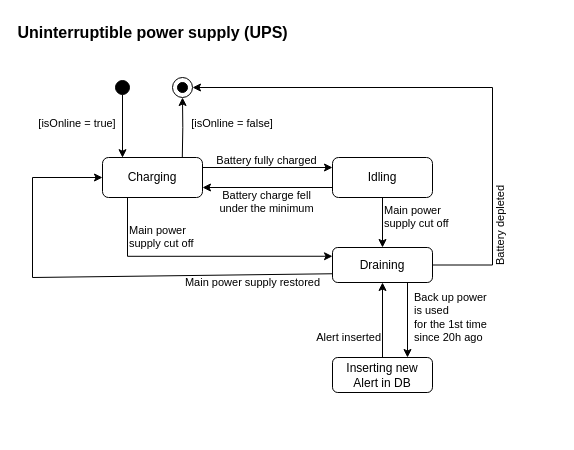
Before: State/state3.drawio in IsmailSalehCode/UML-course-work, a draw.io diagram. Source tidied: cells renumbered, new cells numbered last; positions are measured from the earlier drawing's top-left corner, leaving out a move shared by most shapes. Both pictures are drawn from the tidied source at 100%, with x=0, y=0 at pixel (17, 17).
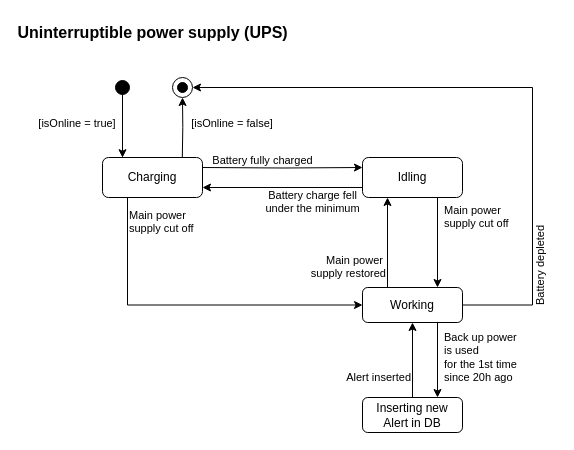
The same page after the edit.

Unchanged cells that the change refers to:
```xml
<mxCell id="2" style="ellipse;whiteSpace=wrap;html=1;" parent="1" vertex="1">
  <mxGeometry x="155" y="60" width="20" height="20" as="geometry" />
</mxCell>
<mxCell id="7" value="Charging" style="rounded=1;whiteSpace=wrap;html=1;" parent="1" vertex="1">
  <mxGeometry x="85" y="140" width="100" height="40" as="geometry" />
</mxCell>
```

What changed in the source:
```diff
@@
-    <mxCell id="5" style="edgeStyle=orthogonalEdgeStyle;rounded=0;orthogonalLoop=1;jettySize=auto;html=1;entryX=0;entryY=0.5;entryDx=0;entryDy=0;" parent="1" edge="1">
+    <mxCell id="5" style="edgeStyle=orthogonalEdgeStyle;rounded=0;jettySize=auto;html=1;entryX=0;entryY=0.25;entryDx=0;entryDy=0;" parent="1" edge="1" target="25">
       <mxGeometry relative="1" as="geometry">
         <mxPoint x="185" y="150" as="sourcePoint" />
-        <mxPoint x="315" y="150" as="targetPoint" />
       </mxGeometry>
     </mxCell>
-    <mxCell id="6" style="edgeStyle=orthogonalEdgeStyle;rounded=0;jettySize=auto;html=1;entryX=0;entryY=0.25;entryDx=0;entryDy=0;exitX=0.25;exitY=1;exitDx=0;exitDy=0;" parent="1" edge="1" source="7" target="17">
-      <mxGeometry relative="1" as="geometry">
-        <Array as="points">
-          <mxPoint x="110" y="239" />
-        </Array>
-      </mxGeometry>
+    <mxCell id="6" style="edgeStyle=orthogonalEdgeStyle;rounded=0;jettySize=auto;html=1;exitX=0.25;exitY=1;exitDx=0;exitDy=0;entryX=0;entryY=0.5;entryDx=0;entryDy=0;" parent="1" edge="1" source="7" target="17">
+      <mxGeometry relative="1" as="geometry" />
     </mxCell>
@@
     <mxCell id="11" value="&lt;div style=&quot;font-size: 11px;&quot;&gt;Back up&amp;nbsp;&lt;span style=&quot;background-color: initial;&quot;&gt;power&amp;nbsp;&lt;/span&gt;&lt;/div&gt;&lt;div style=&quot;font-size: 11px;&quot;&gt;is used&lt;/div&gt;&lt;div style=&quot;font-size: 11px;&quot;&gt;&lt;span style=&quot;background-color: initial;&quot;&gt;for the 1st time&lt;/span&gt;&lt;/div&gt;&lt;div style=&quot;font-size: 11px;&quot;&gt;&lt;span style=&quot;background-color: initial;&quot;&gt;since 20h ago&lt;/span&gt;&lt;/div&gt;" style="text;html=1;align=left;verticalAlign=middle;strokeColor=none;fillColor=none;fontSize=11;" parent="1" vertex="1">
-      <mxGeometry x="395" y="265" width="100" height="70" as="geometry" />
+      <mxGeometry x="425" y="305" width="100" height="70" as="geometry" />
     </mxCell>
@@
     <mxCell id="13" value="Main power&amp;nbsp;&lt;div&gt;supply cut off&lt;/div&gt;" style="text;html=1;align=left;verticalAlign=top;strokeColor=none;fillColor=none;fontSize=11;" parent="1" vertex="1">
-      <mxGeometry x="365" y="180" width="90" height="40" as="geometry" />
+      <mxGeometry x="425" y="180" width="90" height="40" as="geometry" />
     </mxCell>
@@
     <mxCell id="15" value="Inserting new Alert in DB" style="rounded=1;whiteSpace=wrap;html=1;" parent="1" vertex="1">
-      <mxGeometry x="315" y="340" width="100" height="35" as="geometry" />
+      <mxGeometry x="345" y="380" width="100" height="35" as="geometry" />
     </mxCell>
@@
-    <mxCell id="17" value="Draining" style="rounded=1;whiteSpace=wrap;html=1;" parent="1" vertex="1">
-      <mxGeometry x="315" y="230" width="100" height="35" as="geometry" />
+    <mxCell id="17" value="Working" style="rounded=1;whiteSpace=wrap;html=1;" parent="1" vertex="1">
+      <mxGeometry x="345" y="270" width="100" height="35" as="geometry" />
     </mxCell>
-    <mxCell id="18" style="rounded=0;jettySize=auto;html=1;entryX=0;entryY=0.5;entryDx=0;entryDy=0;exitX=0;exitY=0.75;exitDx=0;exitDy=0;" parent="1" edge="1" source="17" target="7">
-      <mxGeometry relative="1" as="geometry">
-        <Array as="points">
-          <mxPoint x="15" y="260" />
-          <mxPoint x="15" y="160" />
-        </Array>
-      </mxGeometry>
+    <mxCell id="18" style="rounded=0;jettySize=auto;html=1;entryX=0.25;entryY=0;entryDx=0;entryDy=0;exitX=0.25;exitY=1;exitDx=0;exitDy=0;endArrow=none;endFill=0;startArrow=classic;startFill=1;" parent="1" edge="1" source="25" target="17">
+      <mxGeometry relative="1" as="geometry" />
     </mxCell>
-    <mxCell id="19" value="Main power supply restored" style="text;html=1;align=center;verticalAlign=middle;strokeColor=none;fillColor=none;fontSize=11;rotation=0;" parent="1" vertex="1">
-      <mxGeometry x="155" y="250" width="160" height="30" as="geometry" />
+    <mxCell id="19" value="Main power&amp;nbsp;&lt;div&gt;supply restored&lt;/div&gt;" style="text;html=1;align=right;verticalAlign=top;strokeColor=none;fillColor=none;fontSize=11;rotation=0;" parent="1" vertex="1">
+      <mxGeometry x="270" y="230" width="100" height="40" as="geometry" />
     </mxCell>
     <mxCell id="20" style="edgeStyle=orthogonalEdgeStyle;rounded=0;jettySize=auto;html=1;entryX=1;entryY=0.5;entryDx=0;entryDy=0;exitX=1;exitY=0.5;exitDx=0;exitDy=0;" parent="1" edge="1" source="17" target="2">
       <mxGeometry relative="1" as="geometry">
         <Array as="points">
-          <mxPoint x="475" y="248" />
-          <mxPoint x="475" y="70" />
+          <mxPoint x="515" y="288" />
+          <mxPoint x="515" y="70" />
         </Array>
       </mxGeometry>
     </mxCell>
     <mxCell id="21" value="Alert inserted" style="text;html=1;align=right;verticalAlign=middle;strokeColor=none;fillColor=none;fontSize=11;" parent="1" vertex="1">
-      <mxGeometry x="275" y="305" width="90" height="30" as="geometry" />
+      <mxGeometry x="305" y="345" width="90" height="30" as="geometry" />
     </mxCell>
     <mxCell id="22" value="Battery depleted" style="text;html=1;align=left;verticalAlign=top;strokeColor=none;fillColor=none;rotation=-90;fontSize=11;" parent="1" vertex="1">
-      <mxGeometry x="435" y="185" width="100" height="30" as="geometry" />
+      <mxGeometry x="475" y="225" width="100" height="30" as="geometry" />
     </mxCell>
-    <mxCell id="23" style="edgeStyle=orthogonalEdgeStyle;rounded=0;jettySize=auto;html=1;entryX=0.5;entryY=0;entryDx=0;entryDy=0;" parent="1" edge="1" source="25" target="17">
+    <mxCell id="23" style="edgeStyle=orthogonalEdgeStyle;rounded=0;jettySize=auto;html=1;entryX=0.75;entryY=0;entryDx=0;entryDy=0;exitX=0.75;exitY=1;exitDx=0;exitDy=0;" parent="1" edge="1" source="25" target="17">
       <mxGeometry relative="1" as="geometry" />
     </mxCell>
@@
     <mxCell id="25" value="Idling" style="rounded=1;whiteSpace=wrap;html=1;" parent="1" vertex="1">
-      <mxGeometry x="315" y="140" width="100" height="40" as="geometry" />
+      <mxGeometry x="345" y="140" width="100" height="40" as="geometry" />
     </mxCell>
     <mxCell id="26" value="Battery fully charged" style="text;html=1;align=center;verticalAlign=top;strokeColor=none;fillColor=none;fontSize=11;" parent="1" vertex="1">
-      <mxGeometry x="188.5" y="130" width="120" height="30" as="geometry" />
+      <mxGeometry x="185" y="130" width="120" height="30" as="geometry" />
     </mxCell>
     <mxCell id="27" value="Main power&amp;nbsp;&lt;div&gt;supply cut off&lt;/div&gt;" style="text;html=1;align=left;verticalAlign=top;strokeColor=none;fillColor=none;fontSize=11;" parent="1" vertex="1">
-      <mxGeometry x="110" y="200" width="90" height="40" as="geometry" />
+      <mxGeometry x="110" y="185" width="90" height="40" as="geometry" />
     </mxCell>
     <mxCell id="28" value="Battery charge fell&lt;div&gt;under the minimum&lt;/div&gt;" style="text;html=1;align=center;verticalAlign=bottom;strokeColor=none;fillColor=none;fontSize=11;" parent="1" vertex="1">
-      <mxGeometry x="189" y="160" width="120" height="40" as="geometry" />
+      <mxGeometry x="235" y="160" width="120" height="40" as="geometry" />
     </mxCell>
```
